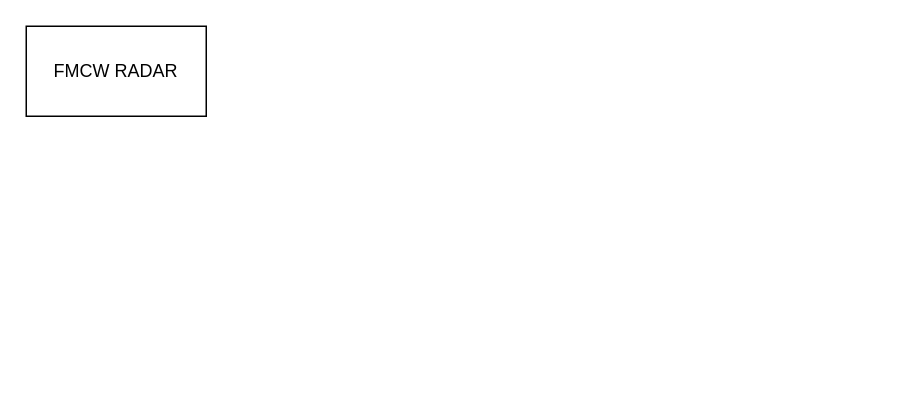
The draw.io diagram ESD7-ML-proposal-figure.drawio in Mikkelnn/ESD7-Project, before the edit. Source tidied: cells renumbered, new cells numbered last; positions are measured from the earlier drawing's top-left corner, leaving out a move shared by most shapes. Both pictures are drawn from the tidied source at 150%, with x=0, y=0 at pixel (26, 26).
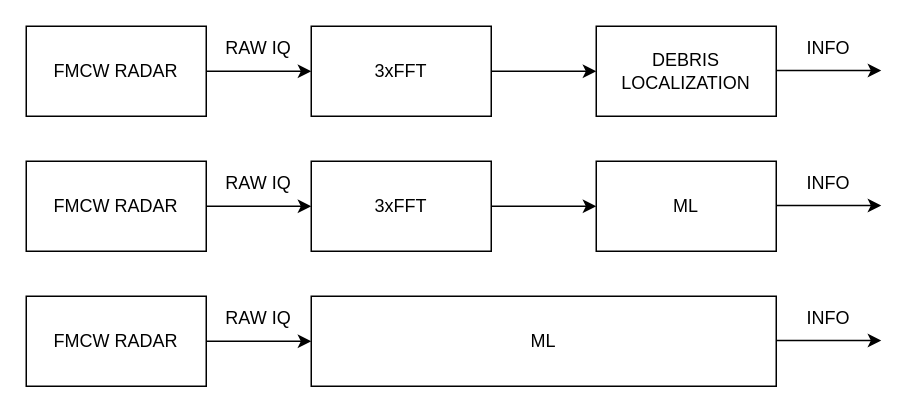
After the change.

What changed in the source:
```diff
@@
+    <mxCell id="3" style="endArrow=classic;html=1;rounded=0;" parent="1" edge="1">
+      <mxGeometry relative="1" as="geometry">
+        <mxPoint x="120" y="30" as="sourcePoint" />
+        <mxPoint x="190" y="30" as="targetPoint" />
+      </mxGeometry>
+    </mxCell>
+    <mxCell id="4" value="3xFFT" style="rounded=0;whiteSpace=wrap;html=1;" parent="1" vertex="1">
+      <mxGeometry x="190" width="120" height="60" as="geometry" />
+    </mxCell>
+    <mxCell id="5" style="endArrow=classic;html=1;rounded=0;" parent="1" edge="1">
+      <mxGeometry relative="1" as="geometry">
+        <mxPoint x="310" y="30" as="sourcePoint" />
+        <mxPoint x="380" y="30" as="targetPoint" />
+      </mxGeometry>
+    </mxCell>
+    <mxCell id="6" value="DEBRIS&lt;br&gt;LOCALIZATION" style="rounded=0;whiteSpace=wrap;html=1;" parent="1" vertex="1">
+      <mxGeometry x="380" width="120" height="60" as="geometry" />
+    </mxCell>
+    <mxCell id="7" style="endArrow=classic;html=1;rounded=0;" parent="1" edge="1">
+      <mxGeometry relative="1" as="geometry">
+        <mxPoint x="500" y="29.5" as="sourcePoint" />
+        <mxPoint x="570" y="29.5" as="targetPoint" />
+      </mxGeometry>
+    </mxCell>
+    <mxCell id="8" value="INFO" style="text;html=1;align=center;verticalAlign=middle;whiteSpace=wrap;rounded=0;" parent="1" vertex="1">
+      <mxGeometry x="500" width="70" height="30" as="geometry" />
+    </mxCell>
+    <mxCell id="9" value="RAW IQ" style="text;html=1;align=center;verticalAlign=middle;whiteSpace=wrap;rounded=0;" parent="1" vertex="1">
+      <mxGeometry x="120" width="70" height="30" as="geometry" />
+    </mxCell>
+    <mxCell id="10" value="FMCW RADAR" style="rounded=0;whiteSpace=wrap;html=1;" parent="1" vertex="1">
+      <mxGeometry y="90" width="120" height="60" as="geometry" />
+    </mxCell>
+    <mxCell id="11" style="endArrow=classic;html=1;rounded=0;" parent="1" edge="1">
+      <mxGeometry relative="1" as="geometry">
+        <mxPoint x="120" y="120" as="sourcePoint" />
+        <mxPoint x="190" y="120" as="targetPoint" />
+      </mxGeometry>
+    </mxCell>
+    <mxCell id="12" value="3xFFT" style="rounded=0;whiteSpace=wrap;html=1;" parent="1" vertex="1">
+      <mxGeometry x="190" y="90" width="120" height="60" as="geometry" />
+    </mxCell>
+    <mxCell id="13" style="endArrow=classic;html=1;rounded=0;" parent="1" edge="1">
+      <mxGeometry relative="1" as="geometry">
+        <mxPoint x="310" y="120" as="sourcePoint" />
+        <mxPoint x="380" y="120" as="targetPoint" />
+      </mxGeometry>
+    </mxCell>
+    <mxCell id="14" value="ML" style="rounded=0;whiteSpace=wrap;html=1;" parent="1" vertex="1">
+      <mxGeometry x="380" y="90" width="120" height="60" as="geometry" />
+    </mxCell>
+    <mxCell id="15" style="endArrow=classic;html=1;rounded=0;" parent="1" edge="1">
+      <mxGeometry relative="1" as="geometry">
+        <mxPoint x="500" y="119.5" as="sourcePoint" />
+        <mxPoint x="570" y="119.5" as="targetPoint" />
+      </mxGeometry>
+    </mxCell>
+    <mxCell id="16" value="INFO" style="text;html=1;align=center;verticalAlign=middle;whiteSpace=wrap;rounded=0;" parent="1" vertex="1">
+      <mxGeometry x="500" y="90" width="70" height="30" as="geometry" />
+    </mxCell>
+    <mxCell id="17" value="RAW IQ" style="text;html=1;align=center;verticalAlign=middle;whiteSpace=wrap;rounded=0;" parent="1" vertex="1">
+      <mxGeometry x="120" y="90" width="70" height="30" as="geometry" />
+    </mxCell>
+    <mxCell id="18" value="FMCW RADAR" style="rounded=0;whiteSpace=wrap;html=1;" parent="1" vertex="1">
+      <mxGeometry y="180" width="120" height="60" as="geometry" />
+    </mxCell>
+    <mxCell id="19" style="endArrow=classic;html=1;rounded=0;" parent="1" edge="1">
+      <mxGeometry relative="1" as="geometry">
+        <mxPoint x="120" y="210" as="sourcePoint" />
+        <mxPoint x="190" y="210" as="targetPoint" />
+      </mxGeometry>
+    </mxCell>
+    <mxCell id="20" value="ML" style="rounded=0;whiteSpace=wrap;html=1;" parent="1" vertex="1">
+      <mxGeometry x="190" y="180" width="310" height="60" as="geometry" />
+    </mxCell>
+    <mxCell id="21" style="endArrow=classic;html=1;rounded=0;" parent="1" edge="1">
+      <mxGeometry relative="1" as="geometry">
+        <mxPoint x="500" y="209.5" as="sourcePoint" />
+        <mxPoint x="570" y="209.5" as="targetPoint" />
+      </mxGeometry>
+    </mxCell>
+    <mxCell id="22" value="INFO" style="text;html=1;align=center;verticalAlign=middle;whiteSpace=wrap;rounded=0;" parent="1" vertex="1">
+      <mxGeometry x="500" y="180" width="70" height="30" as="geometry" />
+    </mxCell>
+    <mxCell id="23" value="RAW IQ" style="text;html=1;align=center;verticalAlign=middle;whiteSpace=wrap;rounded=0;" parent="1" vertex="1">
+      <mxGeometry x="120" y="180" width="70" height="30" as="geometry" />
+    </mxCell>
```
